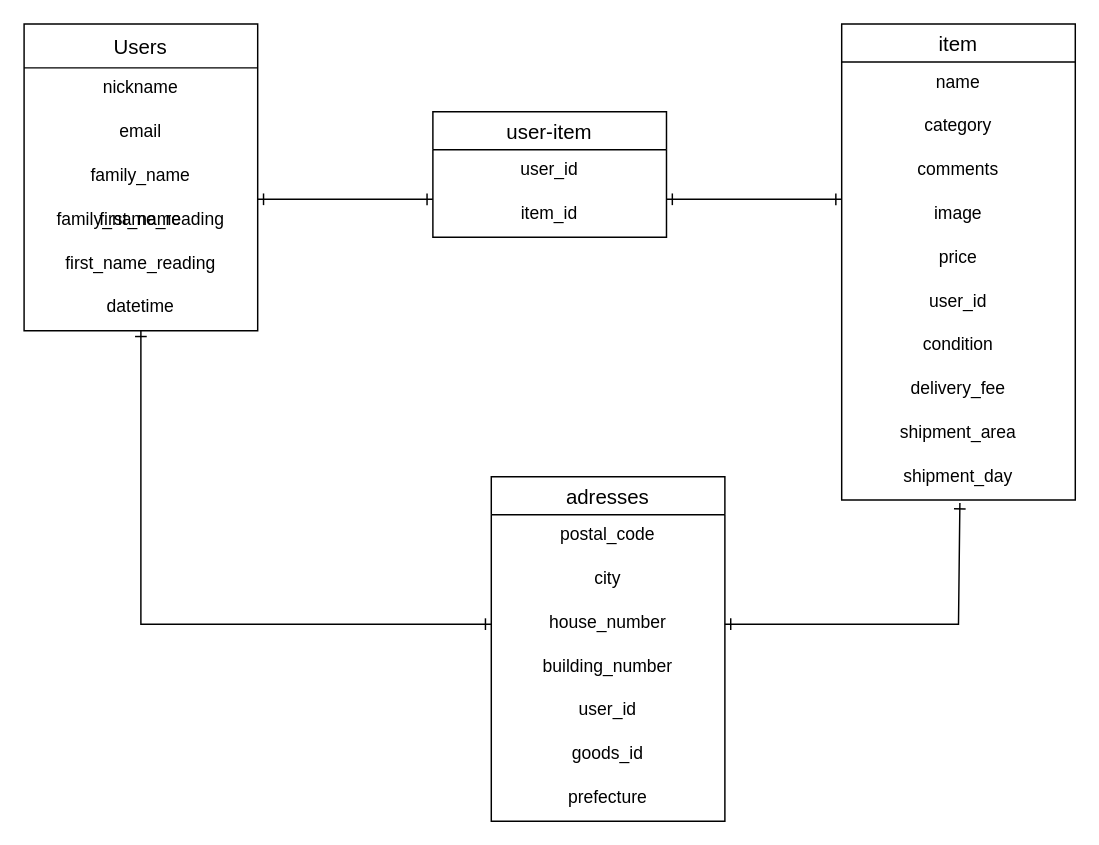
Before: furima.dio in xxxkana/furima-36249, a draw.io diagram. Source tidied: cells renumbered, new cells numbered last; positions are measured from the earlier drawing's top-left corner, leaving out a move shared by most shapes. Both pictures are drawn from the tidied source at 146%, with x=0, y=0 at pixel (23, 23).
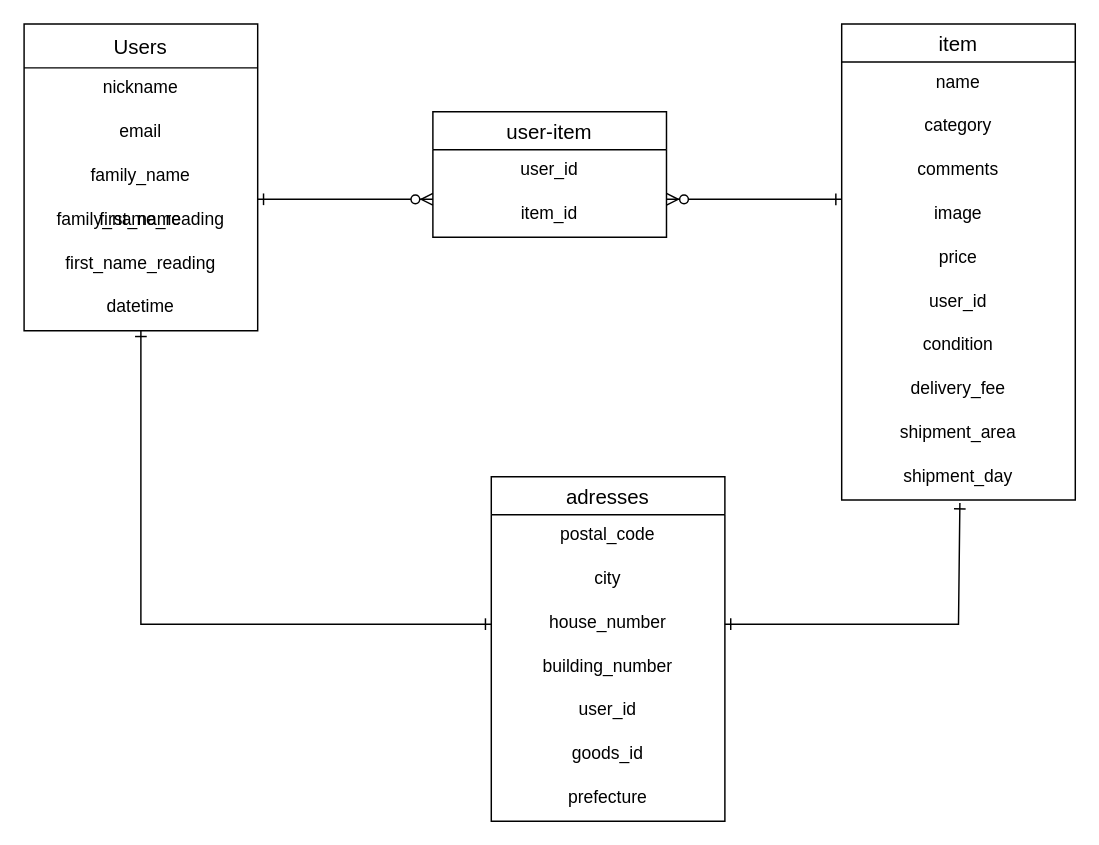
Above is the later version.

Commit message (it also covers changes not shown here):
データベース設計修正２

What changed in the source:
```diff
@@
-    <mxCell id="34" style="endArrow=ERone;html=1;rounded=0;align=center;endFill=0;startArrow=ERone;startFill=0;" parent="1" edge="1">
+    <mxCell id="34" style="endArrow=ERzeroToMany;html=1;rounded=0;align=center;endFill=1;startArrow=ERone;startFill=0;" parent="1" edge="1">
       <mxGeometry relative="1" as="geometry">
         <mxPoint x="160" y="120" as="sourcePoint" />
         <mxPoint x="280" y="120" as="targetPoint" />
       </mxGeometry>
     </mxCell>
-    <mxCell id="35" style="endArrow=ERone;html=1;rounded=0;align=center;endFill=0;startArrow=ERone;startFill=0;" parent="1" edge="1">
+    <mxCell id="35" style="endArrow=ERone;html=1;rounded=0;align=center;endFill=0;startArrow=ERzeroToMany;startFill=1;" parent="1" edge="1">
       <mxGeometry relative="1" as="geometry">
         <mxPoint x="440" y="120" as="sourcePoint" />
         <mxPoint x="560" y="120" as="targetPoint" />
       </mxGeometry>
     </mxCell>
```
